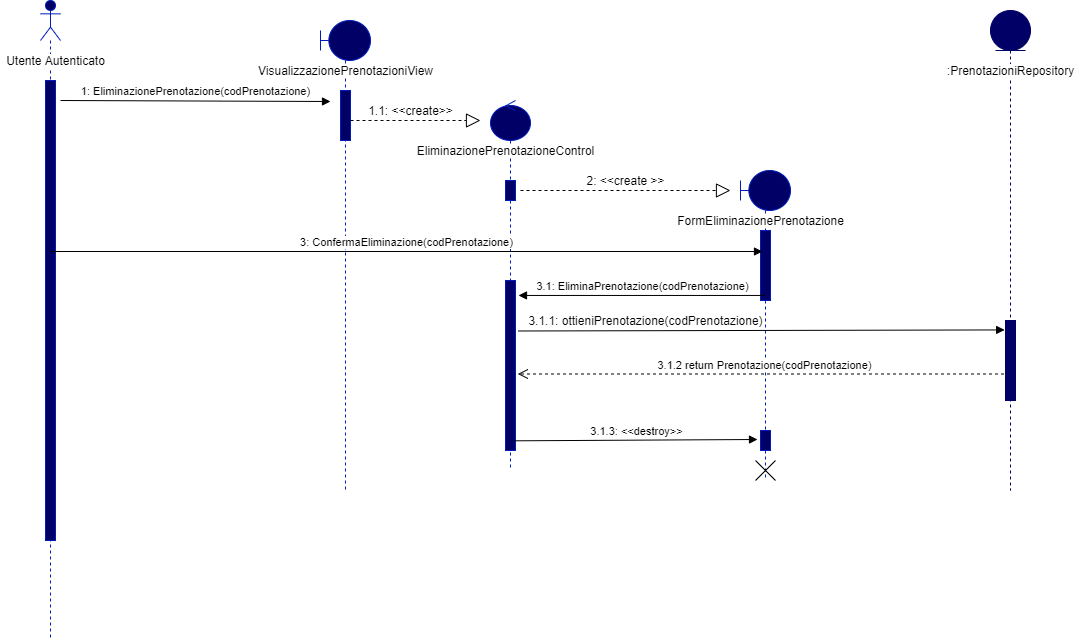
The draw.io diagram Documenti/RAD/Sequence Diagram/Eliminazione Prenotazione/SD EliminazionePrenotazione.png in Givaa/MedQueue, before a commit. Source tidied: cells renumbered, new cells last; positions are measured from the earlier drawing's top-left corner, leaving out a move shared by most shapes.
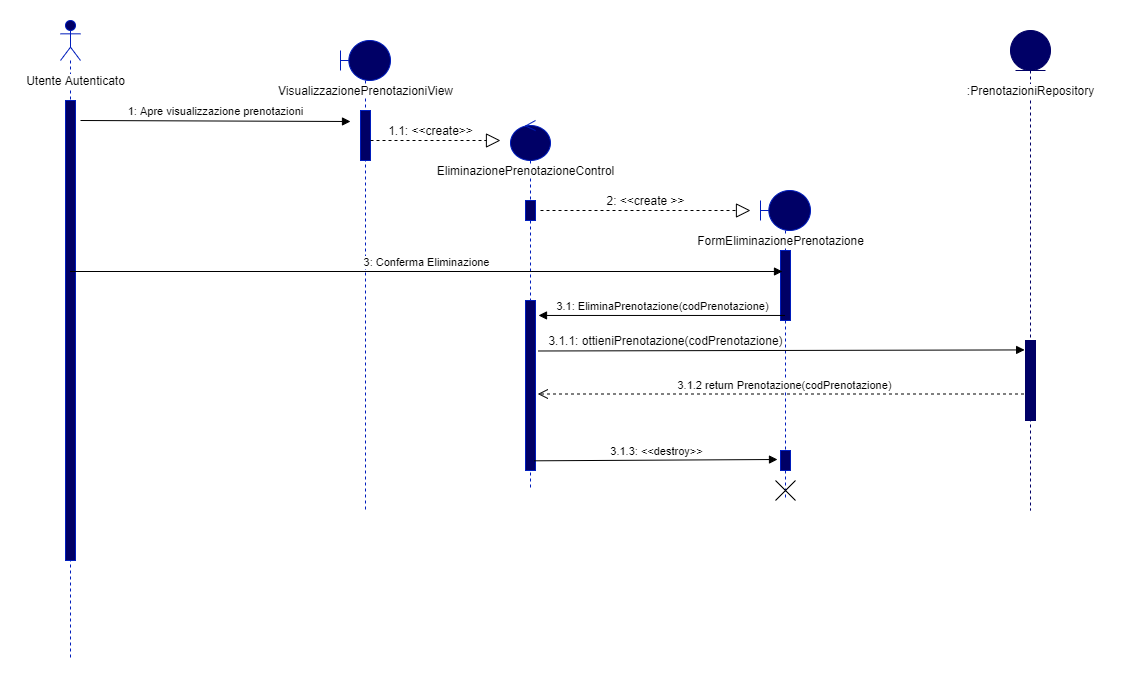
The same file after the commit.

Change to the diagram source:
```diff
@@ -11,7 +11,7 @@
     <mxCell id="4" value="&lt;span style=&quot;background-color: rgb(255 , 255 , 255)&quot;&gt;Utente Autenticato&lt;/span&gt;" style="text;html=1;align=center;verticalAlign=middle;" parent="1" vertex="1">
       <mxGeometry y="50" width="110" height="20" as="geometry" />
     </mxCell>
-    <mxCell id="5" value="1: EliminazionePrenotazione(codPrenotazione)" style="html=1;verticalAlign=bottom;endArrow=block;" parent="1" edge="1">
+    <mxCell id="5" value="1: Apre visualizzazione prenotazioni" style="html=1;verticalAlign=bottom;endArrow=block;" parent="1" edge="1">
       <mxGeometry relative="1" as="geometry">
         <mxPoint x="60" y="100" as="sourcePoint" />
         <mxPoint x="330" y="101" as="targetPoint" />
@@ -65,7 +65,7 @@
     <mxCell id="19" value="&lt;span style=&quot;background-color: rgb(255 , 255 , 255)&quot;&gt;FormEliminazionePrenotazione&lt;/span&gt;" style="text;html=1;align=center;verticalAlign=middle;" parent="1" vertex="1">
       <mxGeometry x="670" y="210" width="180" height="20" as="geometry" />
     </mxCell>
-    <mxCell id="20" value="3: ConfermaEliminazione(codPrenotazione)" style="html=1;verticalAlign=bottom;endArrow=block;entryX=0.2;entryY=0.3;entryDx=0;entryDy=0;entryPerimeter=0;" parent="1" edge="1" source="2" target="18">
+    <mxCell id="20" value="3: Conferma Eliminazione" style="html=1;verticalAlign=bottom;endArrow=block;entryX=0.2;entryY=0.3;entryDx=0;entryDy=0;entryPerimeter=0;" parent="1" edge="1" source="2" target="18">
       <mxGeometry relative="1" as="geometry" />
     </mxCell>
     <mxCell id="21" value="3.1: EliminaPrenotazione(codPrenotazione)" style="html=1;verticalAlign=bottom;endArrow=block;entryX=1.3;entryY=0.088;entryDx=0;entryDy=0;entryPerimeter=0;" parent="1" edge="1" source="17" target="13">
```
